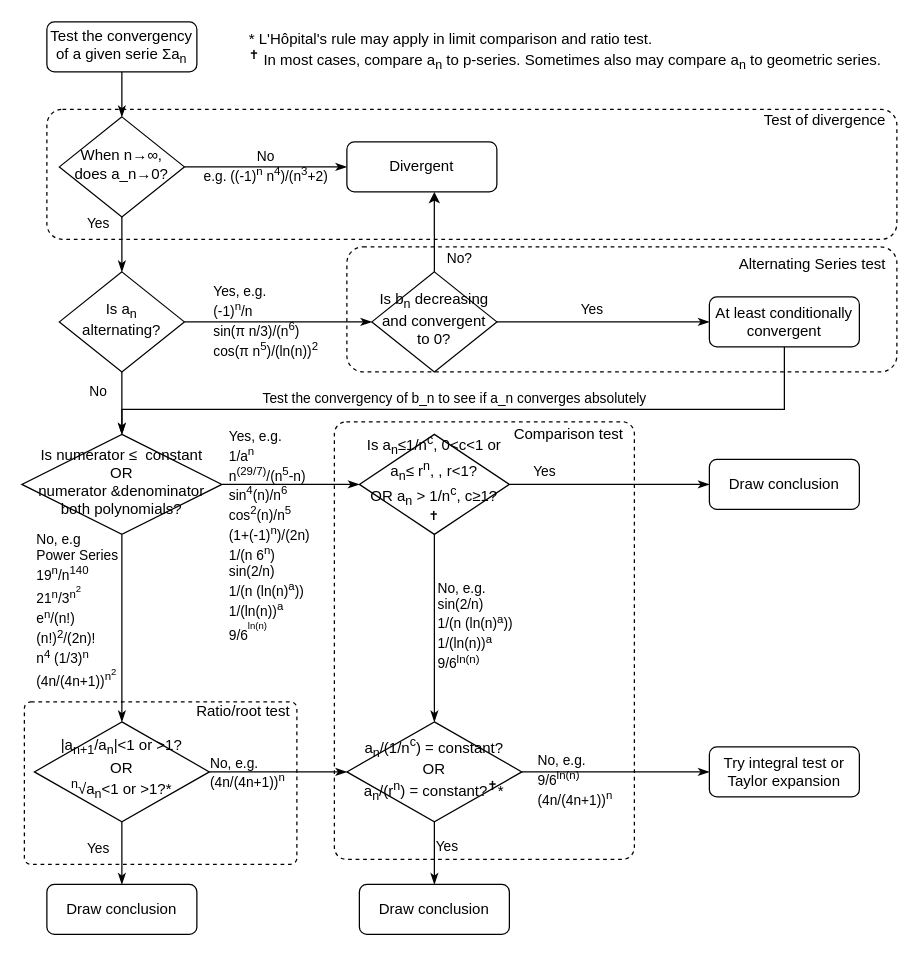
lemonci/notes keeps this draw.io diagram as convergency_testings.drawio. Above is the earlier version. Source tidied: cells renumbered, new cells numbered last; positions are measured from the earlier drawing's top-left corner, leaving out a move shared by most shapes. Both pictures are drawn from the tidied source at 125%, with x=0, y=0 at pixel (21, 21).
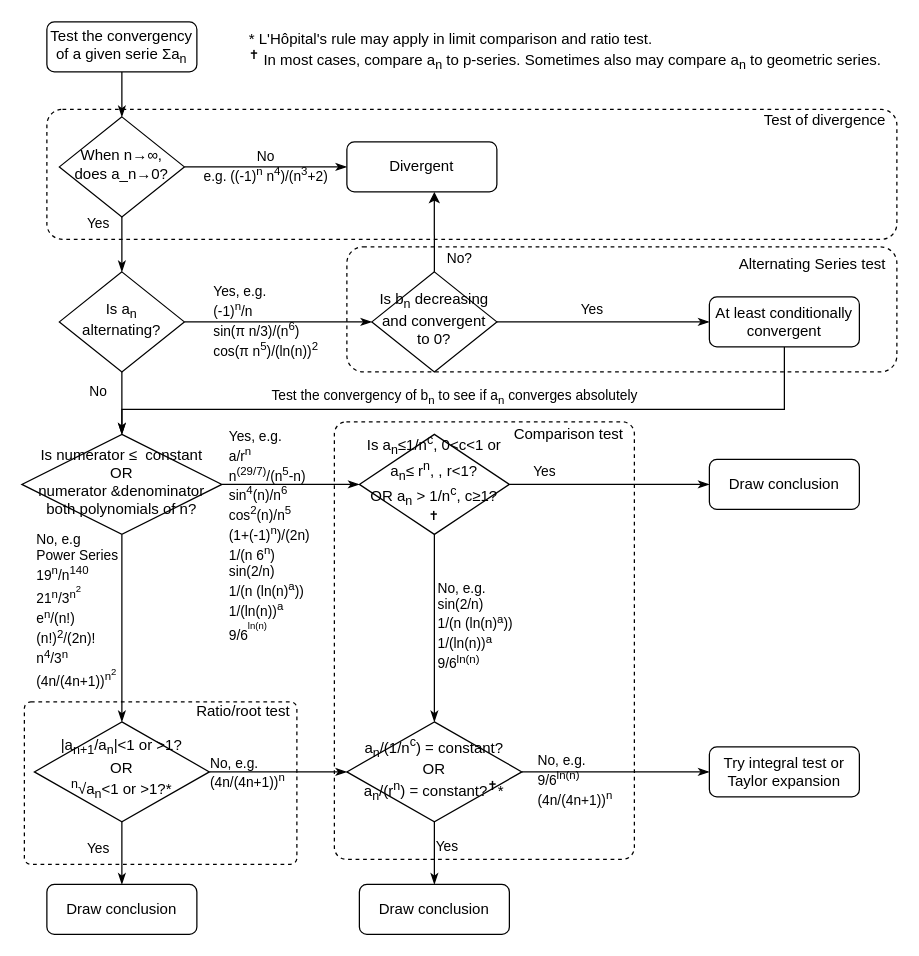
After the change.

Commit message:
Correct typo

Unchanged cells that the change refers to:
```xml
<mxCell id="18" style="edgeStyle=orthogonalEdgeStyle;rounded=0;jettySize=auto;html=1;exitX=0.5;exitY=1;exitDx=0;exitDy=0;entryX=0.5;entryY=0;entryDx=0;entryDy=0;endArrow=classicThin;endFill=1;labelBackgroundColor=none;" parent="1" edge="1" source="20" target="29">
  <mxGeometry relative="1" as="geometry">
    <Array as="points">
      <mxPoint x="610" y="310" />
      <mxPoint x="80" y="310" />
    </Array>
  </mxGeometry>
</mxCell>
<mxCell id="25" style="edgeStyle=orthogonalEdgeStyle;rounded=0;jettySize=auto;html=1;exitX=1;exitY=0.5;exitDx=0;exitDy=0;endArrow=classicThin;endFill=1;labelBackgroundColor=none;" parent="1" edge="1" source="29" target="33">
  <mxGeometry relative="1" as="geometry" />
</mxCell>
<mxCell id="27" style="edgeStyle=orthogonalEdgeStyle;rounded=0;jettySize=auto;html=1;exitX=0.5;exitY=1;exitDx=0;exitDy=0;endArrow=classicThin;endFill=1;labelBackgroundColor=none;" parent="1" edge="1" source="29" target="42">
  <mxGeometry relative="1" as="geometry" />
</mxCell>
```

Diff of the diagram source:
```diff
@@
-    <mxCell id="19" value="Test the convergency of b_n to see if a_n converges absolutely" style="edgeLabel;html=1;align=center;verticalAlign=middle;labelBackgroundColor=none;" parent="18" vertex="1">
+    <mxCell id="19" value="Test the convergency of b&lt;sub&gt;n&lt;/sub&gt; to see if a&lt;sub&gt;n&lt;/sub&gt; converges absolutely" style="edgeLabel;html=1;align=center;verticalAlign=middle;labelBackgroundColor=none;" parent="18" vertex="1">
       <mxGeometry x="0.13" y="1" relative="1" as="geometry">
         <mxPoint x="24" y="-11" as="offset" />
       </mxGeometry>
     </mxCell>
@@
-    <mxCell id="26" value="&lt;div&gt;Yes, e.g.&lt;/div&gt;&lt;div&gt;1/a&lt;sup&gt;n&lt;/sup&gt;&lt;br&gt;&lt;/div&gt;&lt;div&gt;n&lt;sup&gt;(29/7)&lt;/sup&gt;/(n&lt;sup&gt;5&lt;/sup&gt;-n)&lt;/div&gt;&lt;div&gt;sin&lt;sup&gt;4&lt;/sup&gt;(n)/n&lt;sup&gt;6&lt;/sup&gt;&lt;/div&gt;&lt;div&gt;cos&lt;sup&gt;2&lt;/sup&gt;(n)/n&lt;sup&gt;5&lt;/sup&gt;&lt;/div&gt;&lt;div&gt;(1+(-1)&lt;sup&gt;n&lt;/sup&gt;)/(2n)&lt;br&gt;&lt;/div&gt;&lt;div&gt;1/(n 6&lt;sup&gt;n&lt;/sup&gt;)&lt;/div&gt;&lt;div&gt;sin(2/n)&lt;/div&gt;&lt;div&gt;1/(n (ln(n)&lt;sup&gt;a&lt;/sup&gt;))&lt;/div&gt;&lt;div&gt;1/(ln(n))&lt;sup&gt;a&lt;/sup&gt;&lt;br&gt;9/6&lt;sup&gt;&lt;sup&gt;ln(n)&lt;/sup&gt;&lt;/sup&gt;&lt;/div&gt;" style="edgeLabel;html=1;align=left;verticalAlign=middle;labelBackgroundColor=none;" parent="25" vertex="1">
+    <mxCell id="26" value="&lt;div&gt;Yes, e.g.&lt;/div&gt;&lt;div&gt;a/r&lt;sup&gt;n&lt;/sup&gt;&lt;br&gt;&lt;/div&gt;&lt;div&gt;n&lt;sup&gt;(29/7)&lt;/sup&gt;/(n&lt;sup&gt;5&lt;/sup&gt;-n)&lt;/div&gt;&lt;div&gt;sin&lt;sup&gt;4&lt;/sup&gt;(n)/n&lt;sup&gt;6&lt;/sup&gt;&lt;/div&gt;&lt;div&gt;cos&lt;sup&gt;2&lt;/sup&gt;(n)/n&lt;sup&gt;5&lt;/sup&gt;&lt;/div&gt;&lt;div&gt;(1+(-1)&lt;sup&gt;n&lt;/sup&gt;)/(2n)&lt;br&gt;&lt;/div&gt;&lt;div&gt;1/(n 6&lt;sup&gt;n&lt;/sup&gt;)&lt;/div&gt;&lt;div&gt;sin(2/n)&lt;/div&gt;&lt;div&gt;1/(n (ln(n)&lt;sup&gt;a&lt;/sup&gt;))&lt;/div&gt;&lt;div&gt;1/(ln(n))&lt;sup&gt;a&lt;/sup&gt;&lt;br&gt;9/6&lt;sup&gt;&lt;sup&gt;ln(n)&lt;/sup&gt;&lt;/sup&gt;&lt;/div&gt;" style="edgeLabel;html=1;align=left;verticalAlign=middle;labelBackgroundColor=none;" parent="25" vertex="1">
       <mxGeometry x="-0.22" y="2" relative="1" as="geometry">
         <mxPoint x="-39" y="42" as="offset" />
       </mxGeometry>
     </mxCell>
@@
-    <mxCell id="28" value="&lt;div&gt;No, e.g&lt;/div&gt;&lt;div&gt;Power Series&lt;br&gt; &lt;/div&gt;&lt;div&gt;19&lt;sup&gt;n&lt;/sup&gt;/n&lt;sup&gt;140&lt;/sup&gt;&lt;/div&gt;&lt;div&gt;21&lt;sup&gt;n&lt;/sup&gt;/3&lt;sup&gt;n&lt;sup&gt;2&lt;/sup&gt;&lt;/sup&gt;&lt;/div&gt;&lt;div&gt;e&lt;sup&gt;n&lt;/sup&gt;/(n!)&lt;br&gt;&lt;/div&gt;&lt;div&gt;(n!)&lt;sup&gt;2&lt;/sup&gt;/(2n)!&lt;/div&gt;&lt;div&gt;n&lt;sup&gt;4&lt;/sup&gt; (1/3)&lt;sup&gt;n&lt;/sup&gt;&lt;/div&gt;&lt;div&gt;(4n/(4n+1))&lt;sup&gt;n&lt;sup&gt;2&lt;/sup&gt;&lt;/sup&gt;&lt;br&gt;&lt;/div&gt;" style="edgeLabel;html=1;align=left;verticalAlign=middle;labelBackgroundColor=none;" parent="27" vertex="1">
+    <mxCell id="28" value="&lt;div&gt;No, e.g&lt;/div&gt;&lt;div&gt;Power Series&lt;br&gt; &lt;/div&gt;&lt;div&gt;19&lt;sup&gt;n&lt;/sup&gt;/n&lt;sup&gt;140&lt;/sup&gt;&lt;/div&gt;&lt;div&gt;21&lt;sup&gt;n&lt;/sup&gt;/3&lt;sup&gt;n&lt;sup&gt;2&lt;/sup&gt;&lt;/sup&gt;&lt;/div&gt;&lt;div&gt;e&lt;sup&gt;n&lt;/sup&gt;/(n!)&lt;br&gt;&lt;/div&gt;&lt;div&gt;(n!)&lt;sup&gt;2&lt;/sup&gt;/(2n)!&lt;/div&gt;&lt;div&gt;n&lt;sup&gt;4&lt;/sup&gt;/3&lt;sup&gt;n&lt;/sup&gt;&lt;/div&gt;&lt;div&gt;(4n/(4n+1))&lt;sup&gt;n&lt;sup&gt;2&lt;/sup&gt;&lt;/sup&gt;&lt;br&gt;&lt;/div&gt;" style="edgeLabel;html=1;align=left;verticalAlign=middle;labelBackgroundColor=none;" parent="27" vertex="1">
       <mxGeometry x="-0.26" y="2" relative="1" as="geometry">
         <mxPoint x="-72" y="4" as="offset" />
       </mxGeometry>
     </mxCell>
-    <mxCell id="29" value="&lt;div&gt;Is numerator ≤&amp;nbsp; constant&lt;/div&gt;&lt;div&gt;OR&lt;/div&gt;&lt;div&gt; numerator &amp;amp;denominator both polynomials?&lt;/div&gt;" style="rhombus;whiteSpace=wrap;html=1;shadow=0;fontFamily=Helvetica;fontSize=12;align=center;strokeWidth=1;spacing=6;spacingTop=-4;labelBackgroundColor=none;" parent="1" vertex="1">
+    <mxCell id="29" value="&lt;div&gt;Is numerator ≤&amp;nbsp; constant&lt;/div&gt;&lt;div&gt;OR&lt;/div&gt;&lt;div&gt; numerator &amp;amp;denominator both polynomials of n?&lt;/div&gt;" style="rhombus;whiteSpace=wrap;html=1;shadow=0;fontFamily=Helvetica;fontSize=12;align=center;strokeWidth=1;spacing=6;spacingTop=-4;labelBackgroundColor=none;" parent="1" vertex="1">
       <mxGeometry y="330" width="160" height="80" as="geometry" />
     </mxCell>
```
